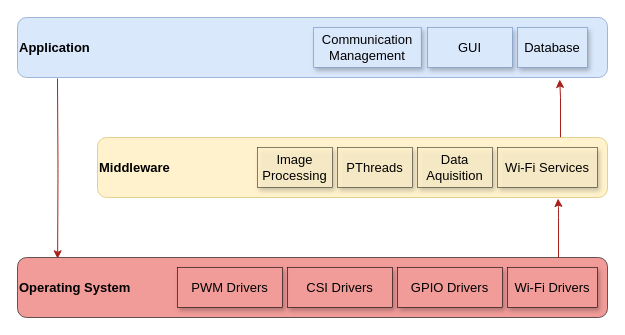
This is page "local_sw_arch" (5 of 6) of project/report/flowcharts/system_overview.drawio from ESRGgroup9/slipad, a draw.io file, before an edit. Source tidied: cells renumbered, new cells numbered last; positions are measured from the earlier drawing's top-left corner, leaving out a move shared by most shapes. Both pictures are drawn from the tidied source at 100%, with x=0, y=0 at pixel (17, 17).
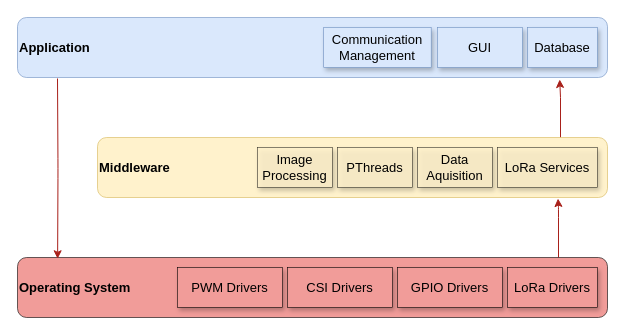
The same diagram, later.

Change to the diagram source:
```diff
@@
-    <mxCell id="8" value="Wi-Fi Drivers" style="rounded=0;whiteSpace=wrap;html=1;labelBackgroundColor=none;labelBorderColor=none;fontSize=13;fontColor=default;strokeColor=default;strokeWidth=0.6;fillColor=#F19C99;align=center;verticalAlign=middle;shadow=1;" parent="1" vertex="1">
-      <mxGeometry x="490" y="250" width="90" height="40" as="geometry" />
-    </mxCell>
-    <mxCell id="9" value="Wi-Fi Services" style="rounded=0;whiteSpace=wrap;html=1;labelBackgroundColor=none;labelBorderColor=none;fontSize=13;strokeColor=#000000;strokeWidth=0.6;fillColor=#fff2cc;align=center;verticalAlign=middle;fontColor=default;opacity=80;shadow=1;" parent="1" vertex="1">
-      <mxGeometry x="480" y="130" width="100" height="40" as="geometry" />
-    </mxCell>
     <mxCell id="10" value="Database" style="rounded=0;whiteSpace=wrap;html=1;labelBackgroundColor=none;labelBorderColor=none;fontSize=13;strokeColor=#6c8ebf;strokeWidth=0.6;fillColor=#dae8fc;align=center;verticalAlign=middle;shadow=1;fontColor=default;glass=0;sketch=0;" parent="1" vertex="1">
-      <mxGeometry x="500" y="10" width="70" height="40" as="geometry" />
+      <mxGeometry x="510" y="10" width="70" height="40" as="geometry" />
     </mxCell>
     <mxCell id="11" value="GUI" style="rounded=0;whiteSpace=wrap;html=1;labelBackgroundColor=none;labelBorderColor=none;fontSize=13;strokeColor=#6c8ebf;strokeWidth=0.6;fillColor=#dae8fc;align=center;verticalAlign=middle;shadow=1;fontColor=default;glass=0;sketch=0;" parent="1" vertex="1">
-      <mxGeometry x="410" y="10" width="85" height="40" as="geometry" />
+      <mxGeometry x="420" y="10" width="85" height="40" as="geometry" />
     </mxCell>
     <mxCell id="12" value="Communication Management" style="rounded=0;whiteSpace=wrap;html=1;labelBackgroundColor=none;labelBorderColor=none;fontSize=13;strokeColor=#6c8ebf;strokeWidth=0.6;fillColor=#dae8fc;align=center;verticalAlign=middle;shadow=1;fontColor=default;glass=0;sketch=0;" parent="1" vertex="1">
-      <mxGeometry x="296.2" y="10" width="107.5" height="40" as="geometry" />
+      <mxGeometry x="306.2" y="10" width="107.5" height="40" as="geometry" />
     </mxCell>
@@
+    <mxCell id="19" value="LoRa Drivers" style="rounded=0;whiteSpace=wrap;html=1;labelBackgroundColor=none;labelBorderColor=none;fontSize=13;fontColor=default;strokeColor=default;strokeWidth=0.6;fillColor=#F19C99;align=center;verticalAlign=middle;shadow=1;" parent="1" vertex="1">
+      <mxGeometry x="490" y="250" width="90" height="40" as="geometry" />
+    </mxCell>
+    <mxCell id="20" value="LoRa Services" style="rounded=0;whiteSpace=wrap;html=1;labelBackgroundColor=none;labelBorderColor=none;fontSize=13;strokeColor=#000000;strokeWidth=0.6;fillColor=#fff2cc;align=center;verticalAlign=middle;fontColor=default;opacity=80;shadow=1;" parent="1" vertex="1">
+      <mxGeometry x="480" y="130" width="100" height="40" as="geometry" />
+    </mxCell>
```
